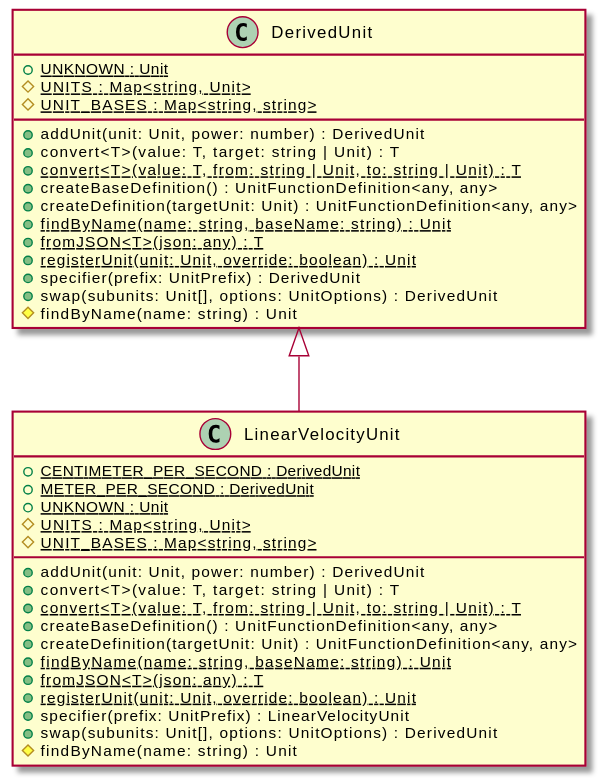
Earlier version of the PlantUML export assets/LinearVelocityUnit-umlClassDiagram-1017.svg (OpenHPS/openhps-core). The source it was exported from:
```plantuml
@startuml
skinparam BackgroundColor transparent
hide empty methods
hide empty fields
class "LinearVelocityUnit" {
    {static} +CENTIMETER_PER_SECOND : DerivedUnit
    {static} +METER_PER_SECOND : DerivedUnit
    {static} +UNKNOWN : Unit
    {static} #UNITS : Map<string, Unit>
    {static} #UNIT_BASES : Map<string, string>
    +addUnit(unit: Unit, power: number) : DerivedUnit
    +convert<T>(value: T, target: string | Unit) : T
    {static} +convert<T>(value: T, from: string | Unit, to: string | Unit) : T
    +createBaseDefinition() : UnitFunctionDefinition<any, any>
    +createDefinition(targetUnit: Unit) : UnitFunctionDefinition<any, any>
    {static} +findByName(name: string, baseName: string) : Unit
    {static} +fromJSON<T>(json: any) : T
    {static} +registerUnit(unit: Unit, override: boolean) : Unit
    +specifier(prefix: UnitPrefix) : LinearVelocityUnit
    +swap(subunits: Unit[], options: UnitOptions) : DerivedUnit
    #findByName(name: string) : Unit
}
class "DerivedUnit" {
    {static} +UNKNOWN : Unit
    {static} #UNITS : Map<string, Unit>
    {static} #UNIT_BASES : Map<string, string>
    +addUnit(unit: Unit, power: number) : DerivedUnit
    +convert<T>(value: T, target: string | Unit) : T
    {static} +convert<T>(value: T, from: string | Unit, to: string | Unit) : T
    +createBaseDefinition() : UnitFunctionDefinition<any, any>
    +createDefinition(targetUnit: Unit) : UnitFunctionDefinition<any, any>
    {static} +findByName(name: string, baseName: string) : Unit
    {static} +fromJSON<T>(json: any) : T
    {static} +registerUnit(unit: Unit, override: boolean) : Unit
    +specifier(prefix: UnitPrefix) : DerivedUnit
    +swap(subunits: Unit[], options: UnitOptions) : DerivedUnit
    #findByName(name: string) : Unit
}
"DerivedUnit" <|-- "LinearVelocityUnit"
@enduml
```
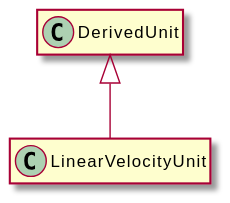
After the commit.

Diff of the diagram source:
```diff
@@ -3,38 +3,8 @@
 hide empty methods
 hide empty fields
 class "LinearVelocityUnit" {
-    {static} +CENTIMETER_PER_SECOND : DerivedUnit
-    {static} +METER_PER_SECOND : DerivedUnit
-    {static} +UNKNOWN : Unit
-    {static} #UNITS : Map<string, Unit>
-    {static} #UNIT_BASES : Map<string, string>
-    +addUnit(unit: Unit, power: number) : DerivedUnit
-    +convert<T>(value: T, target: string | Unit) : T
-    {static} +convert<T>(value: T, from: string | Unit, to: string | Unit) : T
-    +createBaseDefinition() : UnitFunctionDefinition<any, any>
-    +createDefinition(targetUnit: Unit) : UnitFunctionDefinition<any, any>
-    {static} +findByName(name: string, baseName: string) : Unit
-    {static} +fromJSON<T>(json: any) : T
-    {static} +registerUnit(unit: Unit, override: boolean) : Unit
-    +specifier(prefix: UnitPrefix) : LinearVelocityUnit
-    +swap(subunits: Unit[], options: UnitOptions) : DerivedUnit
-    #findByName(name: string) : Unit
 }
 class "DerivedUnit" {
-    {static} +UNKNOWN : Unit
-    {static} #UNITS : Map<string, Unit>
-    {static} #UNIT_BASES : Map<string, string>
-    +addUnit(unit: Unit, power: number) : DerivedUnit
-    +convert<T>(value: T, target: string | Unit) : T
-    {static} +convert<T>(value: T, from: string | Unit, to: string | Unit) : T
-    +createBaseDefinition() : UnitFunctionDefinition<any, any>
-    +createDefinition(targetUnit: Unit) : UnitFunctionDefinition<any, any>
-    {static} +findByName(name: string, baseName: string) : Unit
-    {static} +fromJSON<T>(json: any) : T
-    {static} +registerUnit(unit: Unit, override: boolean) : Unit
-    +specifier(prefix: UnitPrefix) : DerivedUnit
-    +swap(subunits: Unit[], options: UnitOptions) : DerivedUnit
-    #findByName(name: string) : Unit
 }
 "DerivedUnit" <|-- "LinearVelocityUnit"
 @enduml
```
